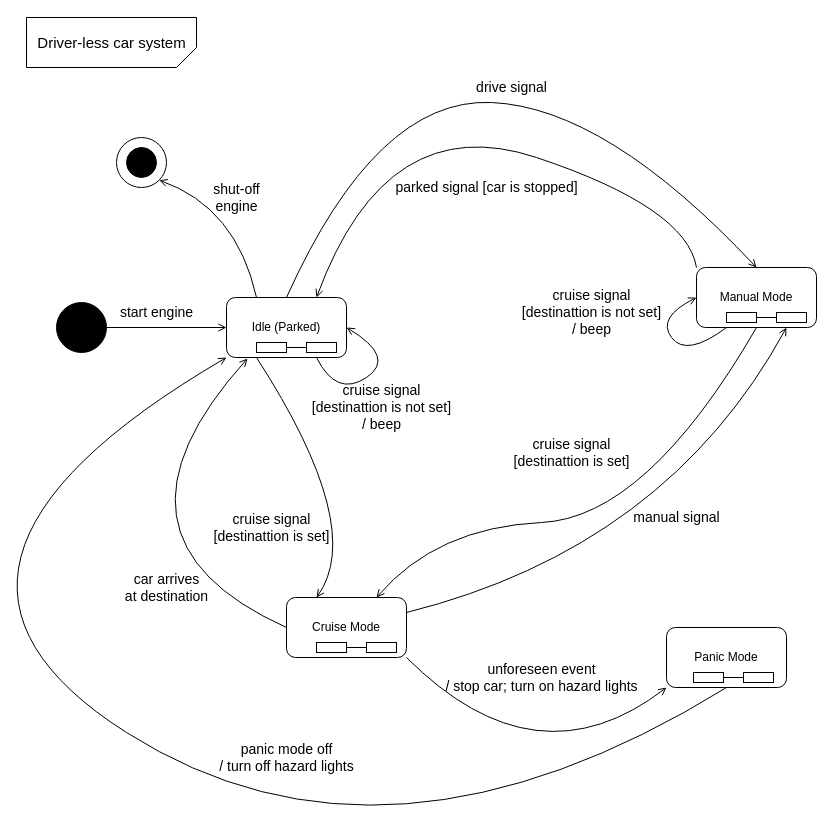
Earlier version of the draw.io diagram page "top-level" (1 of 2) of state-diagram.drawio (gordonpn/soen331-assignment2). Source tidied: cells renumbered, new cells numbered last; positions are measured from the earlier drawing's top-left corner, leaving out a move shared by most shapes. Both pictures are drawn from the tidied source at 100%, with x=0, y=0 at pixel (-134, 17).
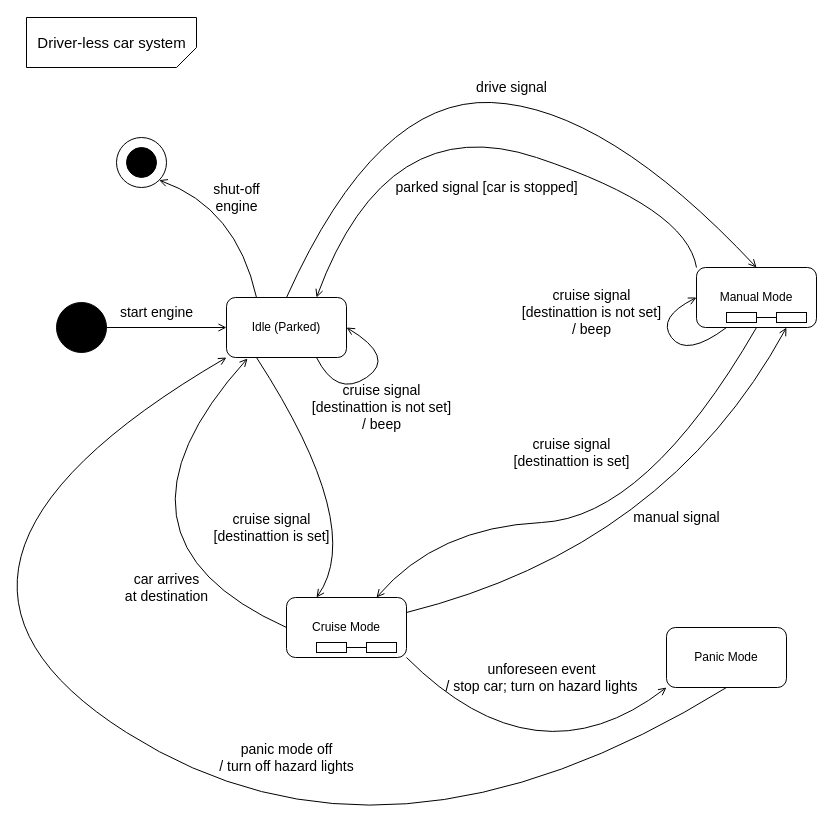
The same diagram, later.

Commit message (it also covers changes not shown here):
* added UML for manual mode * removed composite state symbol from panic mode on the top-level diagram

Diff of the diagram source:
```diff
@@
-    <mxCell id="14" style="rounded=0;whiteSpace=wrap;html=1;shadow=0;strokeColor=#000000;fillColor=#FFFFFF;align=center;" parent="1" vertex="1">
-      <mxGeometry x="827" y="655" width="30" height="10" as="geometry" />
-    </mxCell>
-    <mxCell id="15" style="rounded=0;whiteSpace=wrap;html=1;shadow=0;strokeColor=#000000;fillColor=#FFFFFF;align=center;" parent="1" vertex="1">
-      <mxGeometry x="877" y="655" width="30" height="10" as="geometry" />
-    </mxCell>
-    <mxCell id="16" style="endArrow=none;html=1;entryX=0;entryY=0.5;entryDx=0;entryDy=0;exitX=1;exitY=0.5;exitDx=0;exitDy=0;" parent="1" edge="1" source="14" target="15">
-      <mxGeometry relative="1" as="geometry" />
-    </mxCell>
-    <mxCell id="17" style="rounded=0;whiteSpace=wrap;html=1;shadow=0;strokeColor=#000000;fillColor=#FFFFFF;align=center;" parent="1" vertex="1">
-      <mxGeometry x="390" y="325" width="30" height="10" as="geometry" />
-    </mxCell>
-    <mxCell id="18" style="rounded=0;whiteSpace=wrap;html=1;shadow=0;strokeColor=#000000;fillColor=#FFFFFF;align=center;" parent="1" vertex="1">
-      <mxGeometry x="440" y="325" width="30" height="10" as="geometry" />
-    </mxCell>
-    <mxCell id="19" style="endArrow=none;html=1;entryX=0;entryY=0.5;entryDx=0;entryDy=0;exitX=1;exitY=0.5;exitDx=0;exitDy=0;" parent="1" edge="1" source="17" target="18">
-      <mxGeometry relative="1" as="geometry" />
-    </mxCell>
```
